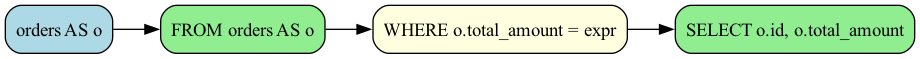
The Graphviz diagram examples/subquery_scalar_operation.png in rot1024/sqloflow, before a commit. Its source is kept beside it as examples/subquery_scalar_operation.dot. The source it was exported from:
```dot
digraph sqloflow {
  rankdir=LR;
  node [shape=box, style=rounded];

  node_0 [label="orders AS o", fillcolor=lightblue, style="filled,rounded"];
  node_1 [label="FROM orders AS o", fillcolor=lightgreen, style="filled,rounded"];
  node_3 [label="SELECT o.id, o.total_amount", fillcolor=lightgreen, style="filled,rounded"];
  node_2 [label="WHERE o.total_amount = expr", fillcolor=lightyellow, style="filled,rounded"];

  node_0 -> node_1 [color=black];
  node_1 -> node_2 [color=black];
  node_2 -> node_3 [color=black];
}
```
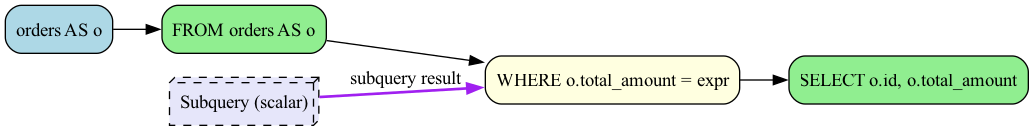
After the commit.

What changed in the source:
```diff
@@ -4,10 +4,12 @@
 
   node_0 [label="orders AS o", fillcolor=lightblue, style="filled,rounded"];
   node_1 [label="FROM orders AS o", fillcolor=lightgreen, style="filled,rounded"];
-  node_3 [label="SELECT o.id, o.total_amount", fillcolor=lightgreen, style="filled,rounded"];
+  node_4 [label="SELECT o.id, o.total_amount", fillcolor=lightgreen, style="filled,rounded"];
   node_2 [label="WHERE o.total_amount = expr", fillcolor=lightyellow, style="filled,rounded"];
+  node_3 [label="Subquery (scalar)", fillcolor=lavender, style="filled,rounded,dashed", shape=box3d];
 
   node_0 -> node_1 [color=black];
   node_1 -> node_2 [color=black];
-  node_2 -> node_3 [color=black];
+  node_3 -> node_2 [color=purple, style=bold, label="subquery result"];
+  node_2 -> node_4 [color=black];
 }
```
